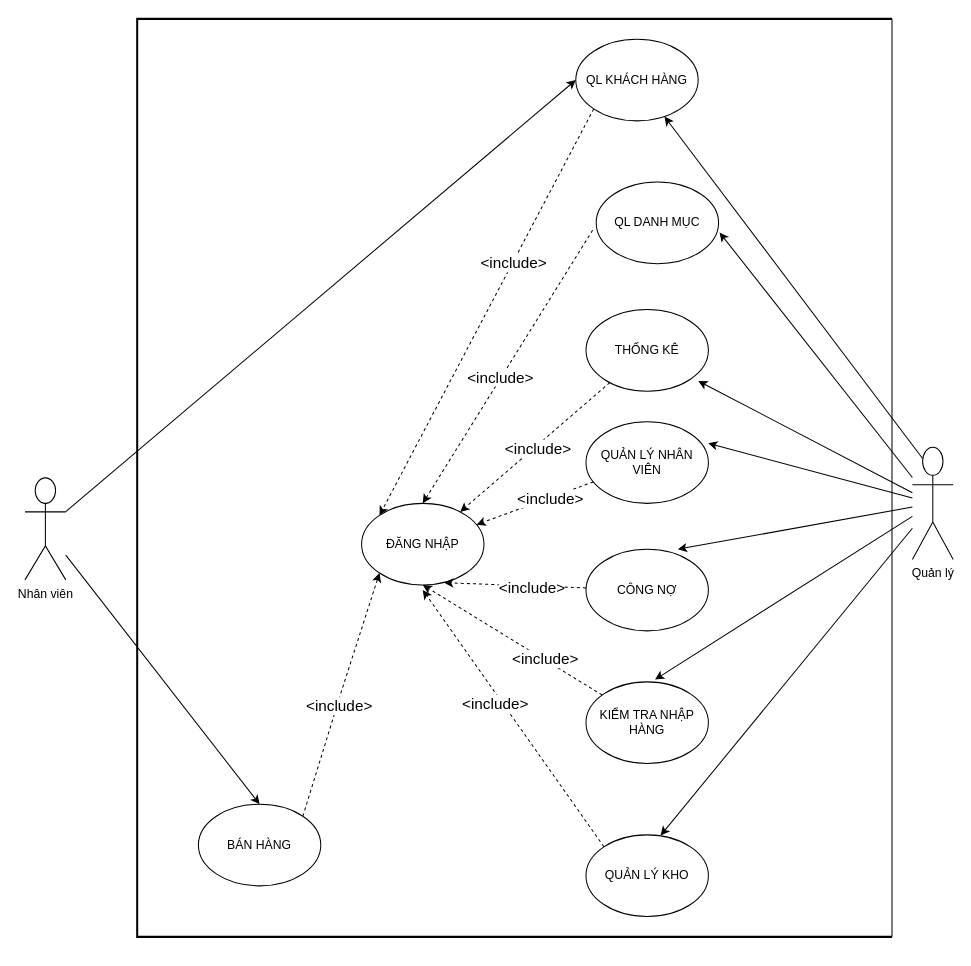
AlexTien202/congnghephanmem keeps this draw.io diagram as USECASE/Untitled Diagram.drawio. Above is the earlier version. Source tidied: cells renumbered, new cells numbered last; positions are measured from the earlier drawing's top-left corner, leaving out a move shared by most shapes. Both pictures are drawn from the tidied source at 102%, with x=0, y=0 at pixel (24, 18).
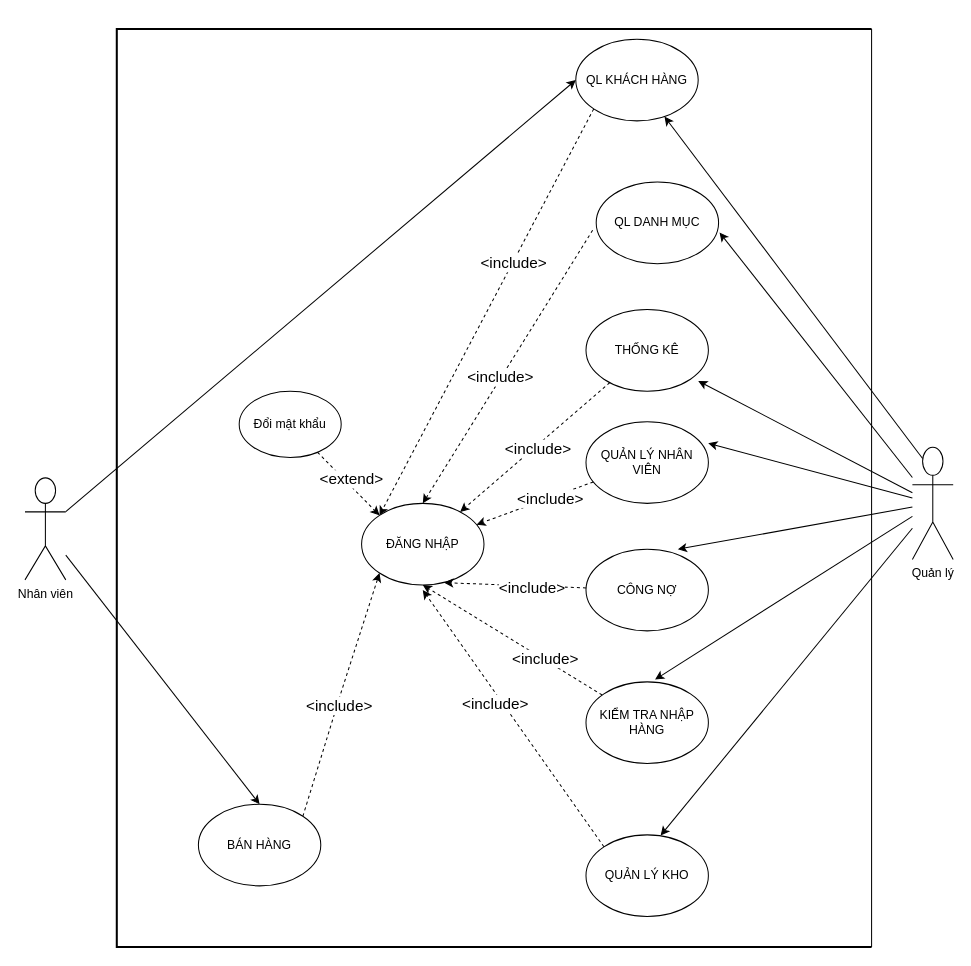
The same diagram, later.

Unchanged cells that the change refers to:
```xml
<mxCell id="17" value="ĐĂNG NHẬP" style="ellipse;whiteSpace=wrap;html=1;" parent="1" vertex="1">
  <mxGeometry x="330" y="475" width="120" height="80" as="geometry" />
</mxCell>
```

What changed in the source:
```diff
@@
     <mxCell id="39" style="strokeWidth=2;html=1;shape=mxgraph.flowchart.annotation_1;align=left;fontSize=15;" parent="1" vertex="1">
-      <mxGeometry x="110" width="740" height="900" as="geometry" />
+      <mxGeometry x="90" y="10" width="740" height="900" as="geometry" />
     </mxCell>
@@
+    <mxCell id="41" style="rounded=0;jettySize=auto;html=1;entryX=0;entryY=0;entryDx=0;entryDy=0;dashed=1;" parent="1" edge="1" source="43" target="17">
+      <mxGeometry relative="1" as="geometry" />
+    </mxCell>
+    <mxCell id="42" value="&amp;lt;extend&amp;gt;" style="edgeLabel;html=1;align=center;verticalAlign=middle;fontSize=15;" parent="41" vertex="1">
+      <mxGeometry x="-0.33" relative="1" as="geometry">
+        <mxPoint x="12.8" y="4.4" as="offset" />
+      </mxGeometry>
+    </mxCell>
+    <mxCell id="43" value="Đổi mật khẩu" style="ellipse;whiteSpace=wrap;html=1;" parent="1" vertex="1">
+      <mxGeometry x="210" y="365" width="100" height="65" as="geometry" />
+    </mxCell>
```
